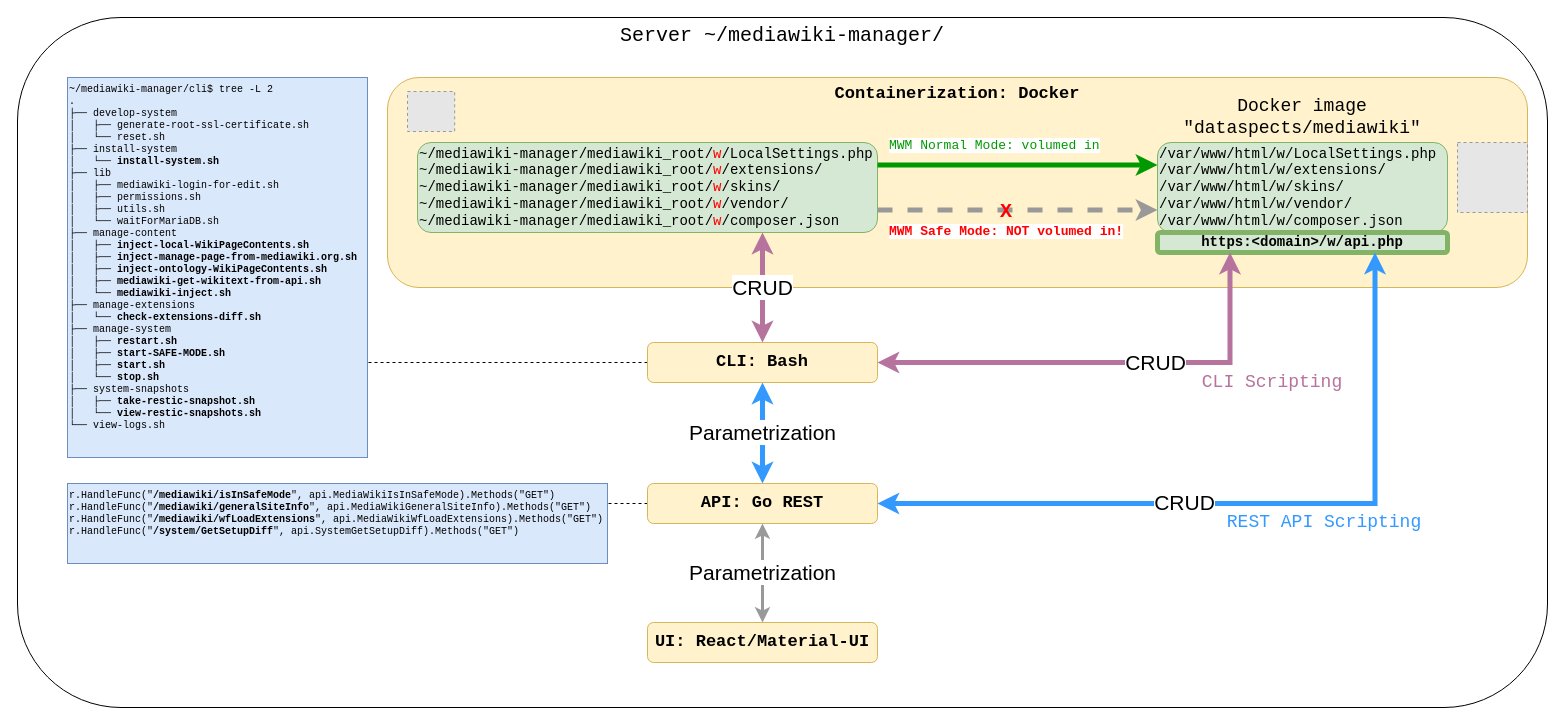
Above: page "Service Architecture" (2 of 3) of drawio/mediawiki-manager.drawio in dataspects/mediawiki-manager (draw.io), before the change. Source tidied: cells renumbered, new cells numbered last; positions are measured from the earlier drawing's top-left corner, leaving out a move shared by most shapes. Both pictures are drawn from the tidied source at 100%, with x=0, y=0 at pixel (17, 17). Pictures stored in the file or linked from it are replaced by grey dashed boxes.
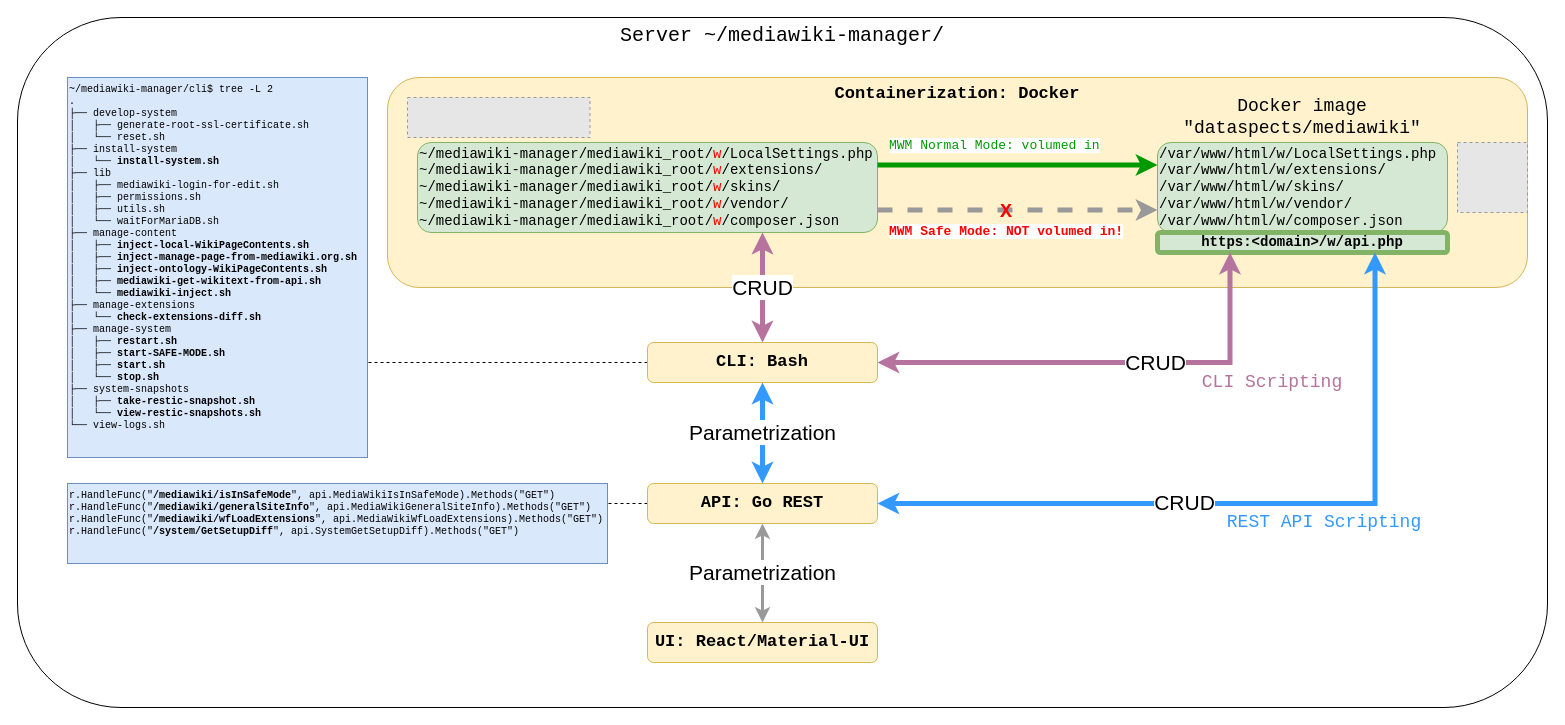
After the change.

Commit message (it also covers changes not shown here):
Switched Docker to Podman in diagrams

Change to the diagram source:
```diff
@@
-    <mxCell id="7" style="fillColor=#E6E6E6;strokeColor=#999999;dashed=1;verticalLabelPosition=bottom;verticalAlign=top;fontFamily=Courier New;fontSize=14;align=left;" parent="1" vertex="1">
-      <mxGeometry x="390" y="74" width="47.2" height="40" as="geometry" />
-    </mxCell>
@@
+    <mxCell id="27" style="fillColor=#E6E6E6;strokeColor=#999999;dashed=1;verticalLabelPosition=bottom;labelBackgroundColor=#ffffff;verticalAlign=top;" parent="1" vertex="1">
+      <mxGeometry x="390" y="80" width="182.5" height="40" as="geometry" />
+    </mxCell>
```
